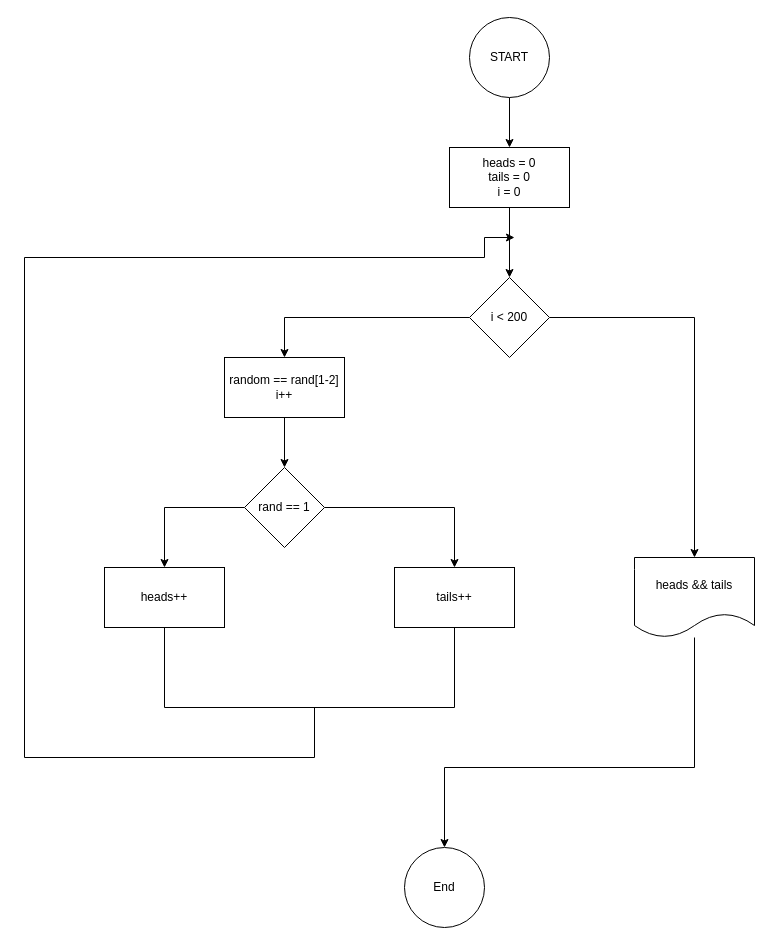
This is hw-for-loop-task-3.drawio from uthmanigbin/university-work, a draw.io file, before an edit. Source tidied: cells renumbered, new cells numbered last; positions are measured from the earlier drawing's top-left corner, leaving out a move shared by most shapes. Both pictures are drawn from the tidied source at 100%, with x=0, y=0 at pixel (24, 17).
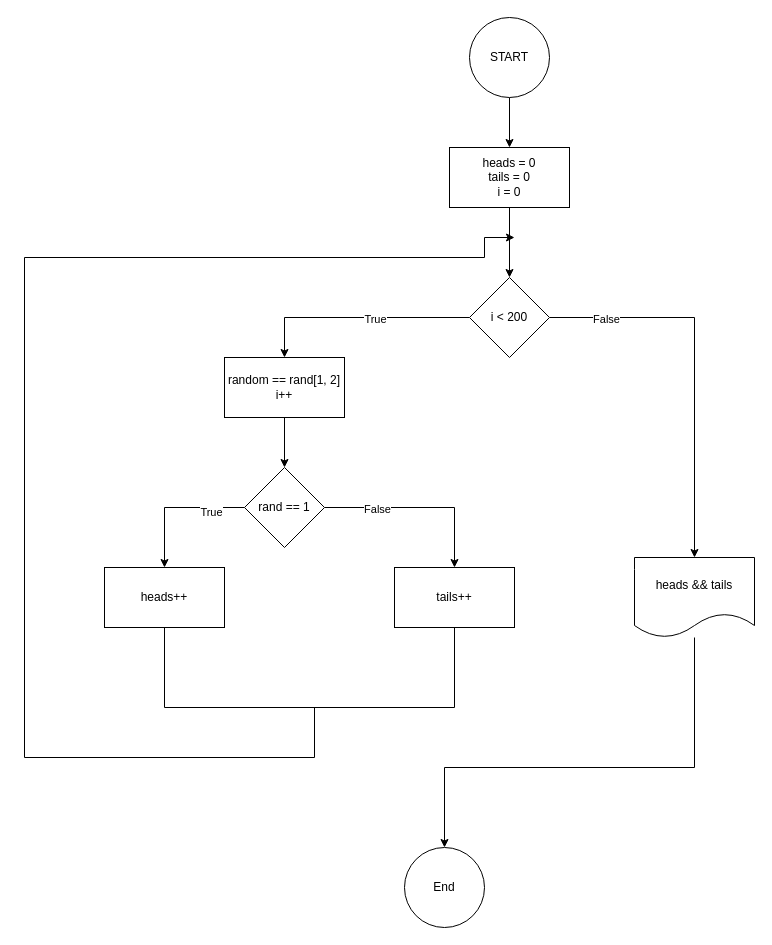
The same page after the edit.

Unchanged cells that the change refers to:
```xml
<mxCell id="6" style="edgeStyle=orthogonalEdgeStyle;rounded=0;jettySize=auto;html=1;entryX=0.5;entryY=0;entryDx=0;entryDy=0;" parent="1" edge="1" source="8" target="18">
  <mxGeometry relative="1" as="geometry" />
</mxCell>
<mxCell id="7" style="edgeStyle=orthogonalEdgeStyle;rounded=0;jettySize=auto;html=1;" parent="1" edge="1" source="8" target="15">
  <mxGeometry relative="1" as="geometry" />
</mxCell>
<mxCell id="9" style="edgeStyle=orthogonalEdgeStyle;rounded=0;jettySize=auto;html=1;" parent="1" edge="1" source="11" target="12">
  <mxGeometry relative="1" as="geometry" />
</mxCell>
<mxCell id="10" style="edgeStyle=orthogonalEdgeStyle;rounded=0;jettySize=auto;html=1;entryX=0.5;entryY=0;entryDx=0;entryDy=0;exitX=1;exitY=0.5;exitDx=0;exitDy=0;" parent="1" edge="1" source="11" target="13">
  <mxGeometry relative="1" as="geometry" />
</mxCell>
```

Diff of the diagram source:
```diff
@@
+    <mxCell id="23" value="&lt;div&gt;True&lt;/div&gt;" style="edgeLabel;html=1;align=center;verticalAlign=middle;" parent="6" vertex="1">
+      <mxGeometry x="-0.16" y="1" relative="1" as="geometry" />
+    </mxCell>
@@
+    <mxCell id="24" value="False" style="edgeLabel;html=1;align=center;verticalAlign=middle;" parent="7" vertex="1">
+      <mxGeometry x="-0.71" y="-1" relative="1" as="geometry" />
+    </mxCell>
@@
+    <mxCell id="25" value="True" style="edgeLabel;html=1;align=center;verticalAlign=middle;" parent="9" vertex="1">
+      <mxGeometry x="-0.51" y="4" relative="1" as="geometry" />
+    </mxCell>
@@
+    <mxCell id="26" value="False" style="edgeLabel;html=1;align=center;verticalAlign=middle;" parent="10" vertex="1">
+      <mxGeometry x="-0.45" y="-1" relative="1" as="geometry" />
+    </mxCell>
@@
-    <mxCell id="18" value="&lt;div&gt;random == rand[1-2]&lt;/div&gt;&lt;div&gt;i++&lt;br&gt;&lt;/div&gt;" style="rounded=0;whiteSpace=wrap;html=1;" parent="1" vertex="1">
+    <mxCell id="18" value="&lt;div&gt;random == rand[1, 2]&lt;/div&gt;&lt;div&gt;i++&lt;br&gt;&lt;/div&gt;" style="rounded=0;whiteSpace=wrap;html=1;" parent="1" vertex="1">
       <mxGeometry x="200" y="340" width="120" height="60" as="geometry" />
     </mxCell>
```
